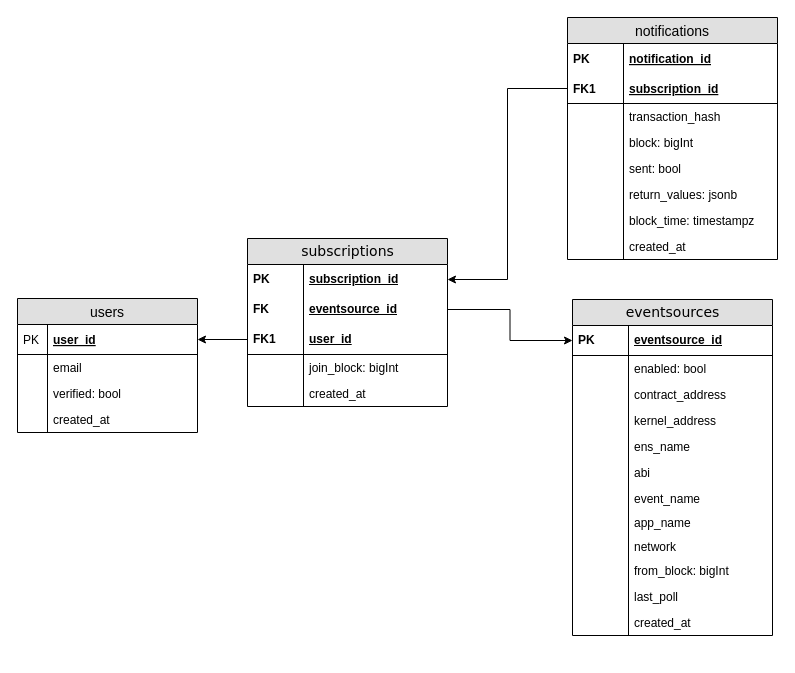
Before: db.drawio in aragonone/notification-service, a draw.io diagram. Source tidied: cells renumbered, new cells numbered last; positions are measured from the earlier drawing's top-left corner, leaving out a move shared by most shapes. Both pictures are drawn from the tidied source at 100%, with x=0, y=0 at pixel (17, 17).
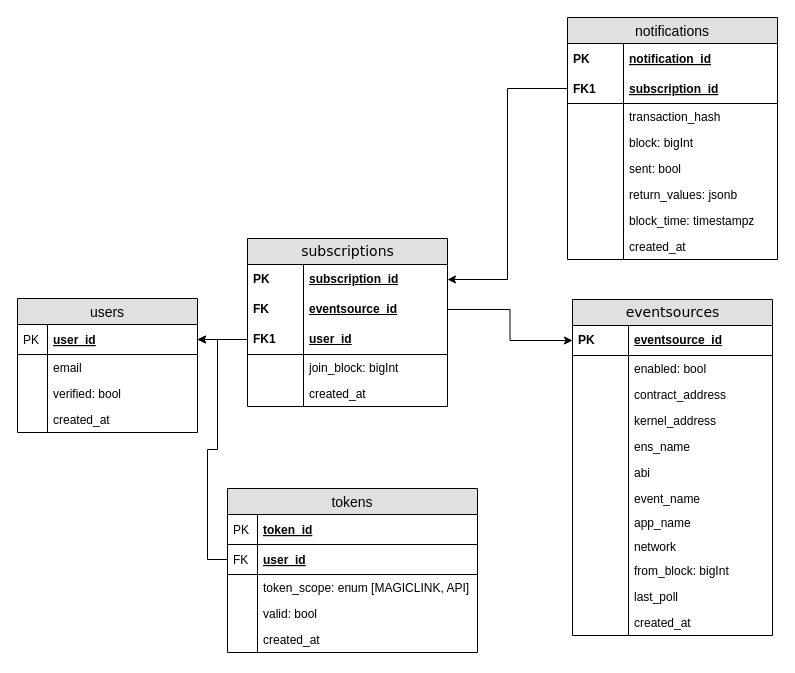
The same page after the edit.

The change refers to these unchanged cells:
```xml
<mxCell id="32" value="user_id" style="shape=partialRectangle;top=0;left=0;right=0;bottom=1;align=left;verticalAlign=middle;fillColor=none;spacingLeft=34;spacingRight=4;overflow=hidden;points=[[0,0.5],[1,0.5]];portConstraint=eastwest;fontStyle=5;fontSize=12;" parent="31" vertex="1">
  <mxGeometry y="26" width="180" height="30" as="geometry" />
</mxCell>
```

Diff of the diagram source:
```diff
@@
+    <mxCell id="67" value="tokens" style="swimlane;fontStyle=0;horizontal=1;startSize=26;fillColor=#e0e0e0;swimlaneFillColor=#ffffff;align=center;fontSize=14;" parent="1" vertex="1">
+      <mxGeometry x="210" y="471" width="250" height="164" as="geometry" />
+    </mxCell>
+    <mxCell id="68" value="token_id" style="shape=partialRectangle;top=0;left=0;right=0;bottom=1;align=left;verticalAlign=middle;fillColor=none;spacingLeft=34;spacingRight=4;overflow=hidden;fontStyle=5;fontSize=12;" parent="67" vertex="1">
+      <mxGeometry y="26" width="250" height="30" as="geometry" />
+    </mxCell>
+    <mxCell id="69" value="PK" style="shape=partialRectangle;top=0;left=0;bottom=0;fillColor=none;align=left;verticalAlign=middle;spacingLeft=4;spacingRight=4;overflow=hidden;fontSize=12;" parent="68" vertex="1">
+      <mxGeometry width="30" height="30" as="geometry" />
+    </mxCell>
+    <mxCell id="70" value="user_id" style="shape=partialRectangle;top=0;left=0;right=0;bottom=1;align=left;verticalAlign=middle;fillColor=none;spacingLeft=34;spacingRight=4;overflow=hidden;points=[[0,0.5],[1,0.5]];portConstraint=eastwest;fontStyle=5;fontSize=12;" parent="67" vertex="1">
+      <mxGeometry y="56" width="250" height="30" as="geometry" />
+    </mxCell>
+    <mxCell id="71" value="FK" style="shape=partialRectangle;top=0;left=0;bottom=0;fillColor=none;align=left;verticalAlign=middle;spacingLeft=4;spacingRight=4;overflow=hidden;fontSize=12;" parent="70" vertex="1">
+      <mxGeometry width="30" height="30" as="geometry" />
+    </mxCell>
+    <mxCell id="72" value="token_scope: enum [MAGICLINK, API]" style="shape=partialRectangle;top=0;left=0;right=0;bottom=0;align=left;verticalAlign=top;fillColor=none;spacingLeft=34;spacingRight=4;overflow=hidden;fontSize=12;" parent="67" vertex="1">
+      <mxGeometry y="86" width="250" height="26" as="geometry" />
+    </mxCell>
+    <mxCell id="73" style="shape=partialRectangle;top=0;left=0;bottom=0;fillColor=none;align=left;verticalAlign=top;spacingLeft=4;spacingRight=4;overflow=hidden;fontSize=12;" parent="72" vertex="1">
+      <mxGeometry width="30" height="26" as="geometry" />
+    </mxCell>
+    <mxCell id="74" value="valid: bool" style="shape=partialRectangle;top=0;left=0;right=0;bottom=0;align=left;verticalAlign=top;fillColor=none;spacingLeft=34;spacingRight=4;overflow=hidden;fontSize=12;" parent="67" vertex="1">
+      <mxGeometry y="112" width="250" height="26" as="geometry" />
+    </mxCell>
+    <mxCell id="75" style="shape=partialRectangle;top=0;left=0;bottom=0;fillColor=none;align=left;verticalAlign=top;spacingLeft=4;spacingRight=4;overflow=hidden;fontSize=12;" parent="74" vertex="1">
+      <mxGeometry width="30" height="26" as="geometry" />
+    </mxCell>
+    <mxCell id="76" value="created_at" style="shape=partialRectangle;top=0;left=0;right=0;bottom=0;align=left;verticalAlign=top;fillColor=none;spacingLeft=34;spacingRight=4;overflow=hidden;fontSize=12;" parent="67" vertex="1">
+      <mxGeometry y="138" width="250" height="26" as="geometry" />
+    </mxCell>
+    <mxCell id="77" style="shape=partialRectangle;top=0;left=0;bottom=0;fillColor=none;align=left;verticalAlign=top;spacingLeft=4;spacingRight=4;overflow=hidden;fontSize=12;" parent="76" vertex="1">
+      <mxGeometry width="30" height="26" as="geometry" />
+    </mxCell>
+    <mxCell id="78" style="edgeStyle=orthogonalEdgeStyle;rounded=0;jettySize=auto;html=1;exitX=0;exitY=0.5;exitDx=0;exitDy=0;entryX=1;entryY=0.5;entryDx=0;entryDy=0;" parent="1" edge="1" source="70" target="32">
+      <mxGeometry relative="1" as="geometry" />
+    </mxCell>
```
